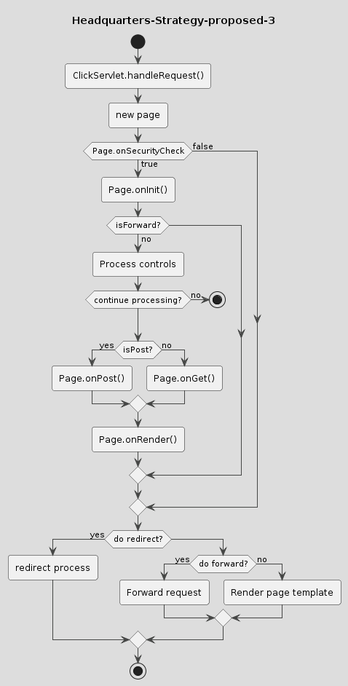
Before: drawings/Headquarters-Strategy-proposed-3.png, a diagram exported from PlantUML (coding-to-music/plantuml-diagram-examples).
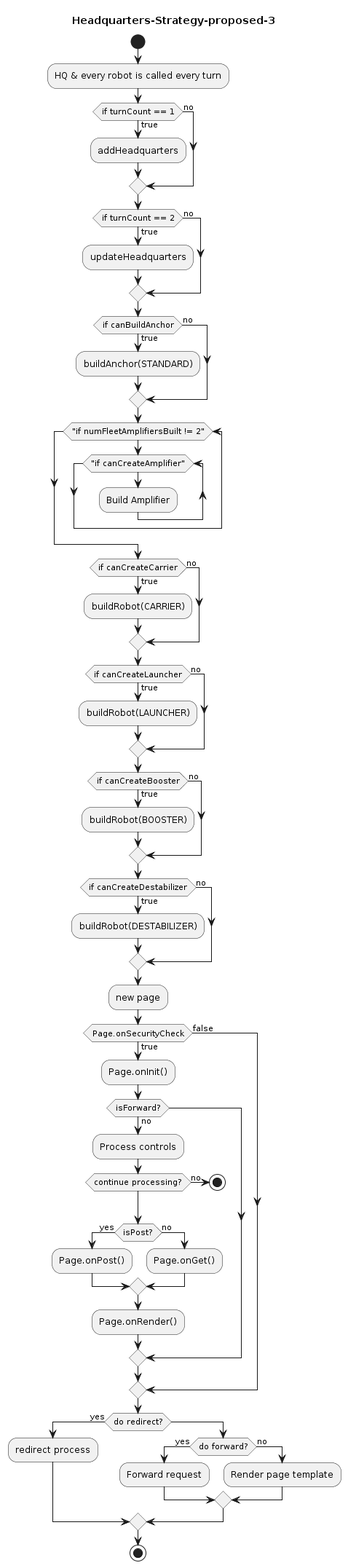
Later version of the same file.

The edit, as a diff of the source:
```diff
@@ -1,8 +1,42 @@
 @startuml Headquarters-Strategy-proposed-3
-!theme toy
 title Headquarters-Strategy-proposed-3
 start
-:ClickServlet.handleRequest();
+:HQ & every robot is called every turn;
+if (if turnCount == 1) then (true)
+:addHeadquarters;
+else (no)
+endif
+if (if turnCount == 2) then (true)
+:updateHeadquarters;
+else (no)
+endif
+if (if canBuildAnchor) then (true)
+:buildAnchor(STANDARD);
+else (no)
+endif
+while ("if numFleetAmplifiersBuilt != 2")
+    while ("if canCreateAmplifier")
+      :Build Amplifier;
+    endwhile
+endwhile
+if (if canCreateCarrier) then (true)
+:buildRobot(CARRIER);
+else (no)
+endif
+if (if canCreateLauncher) then (true)
+:buildRobot(LAUNCHER);
+else (no)
+endif
+if (if canCreateBooster) then (true)
+:buildRobot(BOOSTER);
+else (no)
+endif
+if (if canCreateDestabilizer) then (true)
+:buildRobot(DESTABILIZER);
+else (no)
+endif
+
+
 :new page;
 if (Page.onSecurityCheck) then (true)
   :Page.onInit();
```
